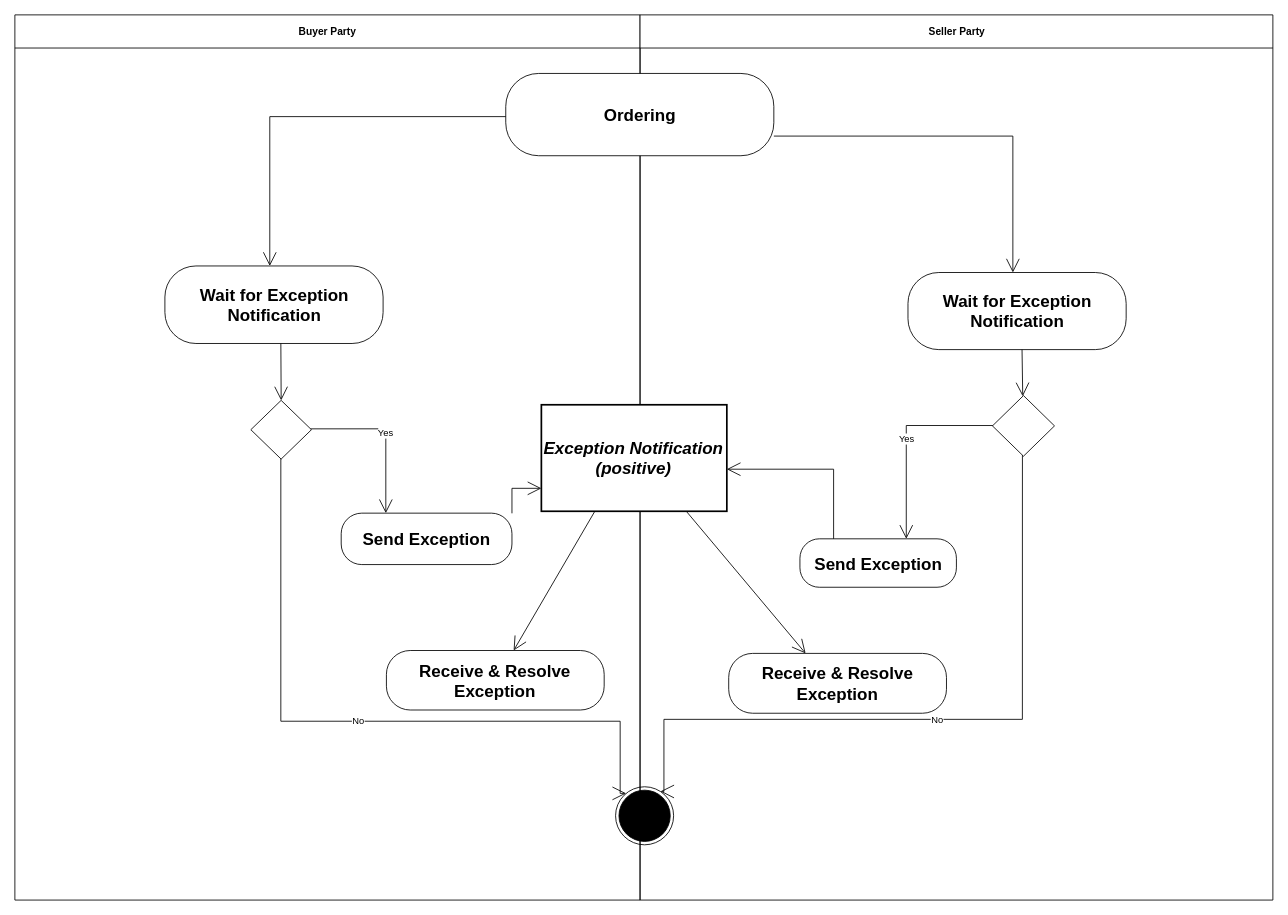
Before: diagrams/UBL-2.2-CPFR-ExceptionMonitor/UBL-2.2-CPFR-ExceptionMonitor.drawio in kduvekot/ubl-work-on-svg-images, a draw.io diagram. Source tidied: cells renumbered, new cells numbered last; positions are measured from the earlier drawing's top-left corner, leaving out a move shared by most shapes. Both pictures are drawn from the tidied source at 85%, with x=0, y=0 at pixel (14, 14).
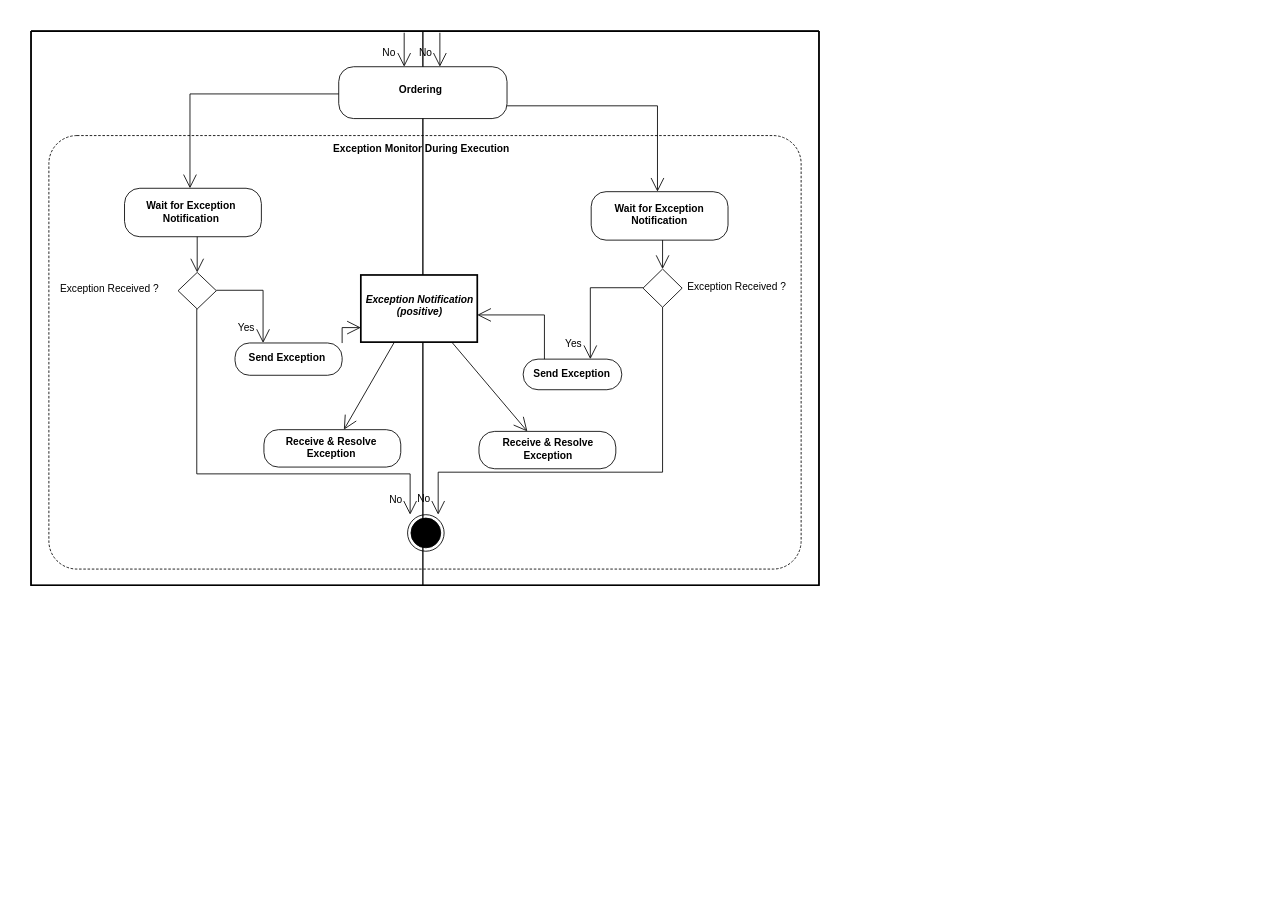
The same diagram, later.

Diff of the diagram source:
```diff
@@
+    <mxCell id="27" style="swimlane;html=1;startSize=0;whiteSpace=wrap;fillColor=none;strokeWidth=2;" parent="1" vertex="1">
+      <mxGeometry x="19" y="19" width="927" height="652" as="geometry" />
+    </mxCell>
+    <mxCell id="28" value="Exception Monitor During Execution" style="rounded=1;absoluteArcSize=1;arcSize=66;fillColor=none;dashed=1;dashPattern=3 2;html=1;whiteSpace=nowrap;fontSize=12;fontStyle=1;align=center;verticalAlign=top;spacing=0;spacingTop=4;spacingRight=9;" parent="27" vertex="1">
+      <mxGeometry x="21" y="123" width="885" height="510" as="geometry" />
+    </mxCell>
-    <mxCell id="2" value="Buyer Party" style="swimlane;whiteSpace=wrap;html=1;startSize=39;" parent="1" vertex="1">
-      <mxGeometry width="735.5" height="1041.4" as="geometry" />
+    <mxCell id="2" style="swimlane;horizontal=1;startSize=22;swimlaneLine=0;html=1;fillColor=none;fontSize=12;fontStyle=0;spacing=0;spacingRight=1;" parent="27" vertex="1">
+      <mxGeometry width="461" height="652" as="geometry" />
     </mxCell>
-    <mxCell id="3" value="Seller Party" style="swimlane;whiteSpace=wrap;html=1;startSize=39;" parent="1" vertex="1">
-      <mxGeometry x="735.5" width="744.5" height="1041.4" as="geometry" />
+    <mxCell id="3" style="swimlane;horizontal=1;startSize=22;swimlaneLine=0;html=1;fillColor=none;fontSize=12;fontStyle=0;spacing=0;spacingLeft=2;" parent="27" vertex="1">
+      <mxGeometry x="461" width="466" height="652" as="geometry" />
     </mxCell>
-    <mxCell id="4" value="Ordering" style="rounded=1;arcSize=40;whiteSpace=wrap;html=1;fontStyle=1;fontFamily=Helvetica;fontSize=20;" parent="1" vertex="1">
-      <mxGeometry x="577.5" y="68.9" width="315.4" height="96.8" as="geometry" />
+    <mxCell id="4" value="Ordering" style="rounded=1;absoluteArcSize=1;arcSize=35;html=1;whiteSpace=nowrap;fontSize=12;fontStyle=1;align=center;verticalAlign=middle;spacing=0;spacingRight=7;spacingBottom=7;" parent="3" vertex="1">
+      <mxGeometry x="-99" y="42" width="198" height="61" as="geometry" />
     </mxCell>
-    <mxCell id="5" value="Wait for Exception Notification" style="rounded=1;arcSize=40;whiteSpace=wrap;html=1;fontStyle=1;fontFamily=Helvetica;fontSize=20;" parent="1" vertex="1">
-      <mxGeometry x="176.5" y="295.4" width="256.7" height="91.2" as="geometry" />
+    <mxCell id="5" value="Wait for Exception&lt;br&gt;Notification" style="rounded=1;absoluteArcSize=1;arcSize=36;html=1;whiteSpace=nowrap;fontSize=12;fontStyle=1;align=center;verticalAlign=middle;spacing=0;spacingRight=5;spacingBottom=2;" parent="2" vertex="1">
+      <mxGeometry x="110" y="185" width="161" height="57" as="geometry" />
     </mxCell>
-    <mxCell id="6" value="Wait for Exception Notification" style="rounded=1;arcSize=40;whiteSpace=wrap;html=1;fontStyle=1;fontFamily=Helvetica;fontSize=20;" parent="1" vertex="1">
-      <mxGeometry x="1050.7" y="303.1" width="256.7" height="90.7" as="geometry" />
+    <mxCell id="6" value="Wait for Exception&lt;br&gt;Notification" style="rounded=1;absoluteArcSize=1;arcSize=35;html=1;whiteSpace=nowrap;fontSize=12;fontStyle=1;align=center;verticalAlign=middle;spacing=0;spacingRight=1;spacingBottom=4;" parent="3" vertex="1">
+      <mxGeometry x="198" y="189" width="161" height="57" as="geometry" />
     </mxCell>
-    <mxCell id="7" style="rhombus;whiteSpace=wrap;html=1;fontFamily=Helvetica;fontSize=20;" parent="1" vertex="1">
-      <mxGeometry x="1150.1" y="447.9" width="73" height="71.3" as="geometry" />
+    <mxCell id="7" value="Exception Received ?" style="rhombus;html=1;whiteSpace=nowrap;fontSize=12;fontStyle=0;align=center;verticalAlign=middle;spacing=0;spacingLeft=174;spacingBottom=4;" parent="3" vertex="1">
+      <mxGeometry x="259" y="280" width="46" height="45" as="geometry" />
     </mxCell>
-    <mxCell id="8" style="rhombus;whiteSpace=wrap;html=1;fontFamily=Helvetica;fontSize=20;" parent="1" vertex="1">
-      <mxGeometry x="277.6" y="453.5" width="71.3" height="69.1" as="geometry" />
+    <mxCell id="8" value="Exception Received ?" style="rhombus;html=1;whiteSpace=nowrap;fontSize=12;fontStyle=0;align=center;verticalAlign=middle;spacing=0;spacingRight=207;spacingBottom=3;" parent="2" vertex="1">
+      <mxGeometry x="173" y="284" width="45" height="43" as="geometry" />
     </mxCell>
-    <mxCell id="9" value="Exception Notification (positive)" style="rounded=0;whiteSpace=wrap;html=1;fontStyle=3;strokeWidth=2;fontFamily=Helvetica;fontSize=20;" parent="1" vertex="1">
-      <mxGeometry x="619.4" y="458.7" width="218.2" height="125.3" as="geometry" />
+    <mxCell id="9" value="Exception Notification&lt;br&gt;(positive)" style="rounded=0;html=1;whiteSpace=nowrap;fontSize=12;fontStyle=3;align=center;verticalAlign=middle;spacing=0;spacingLeft=1;spacingBottom=7;strokeWidth=2;" parent="3" vertex="1">
+      <mxGeometry x="-73" y="287" width="137" height="79" as="geometry" />
     </mxCell>
-    <mxCell id="10" value="Send Exception" style="rounded=1;arcSize=40;whiteSpace=wrap;html=1;fontStyle=1;fontFamily=Helvetica;fontSize=20;" parent="1" vertex="1">
-      <mxGeometry x="383.9" y="586.2" width="200.9" height="60.5" as="geometry" />
+    <mxCell id="10" value="Send Exception" style="rounded=1;absoluteArcSize=1;arcSize=34;html=1;whiteSpace=nowrap;fontSize=12;fontStyle=1;align=center;verticalAlign=middle;spacing=0;spacingRight=4;spacingBottom=2;" parent="2" vertex="1">
+      <mxGeometry x="240" y="367" width="126" height="38" as="geometry" />
     </mxCell>
-    <mxCell id="11" value="Send Exception" style="rounded=1;arcSize=40;whiteSpace=wrap;html=1;fontStyle=1;fontFamily=Helvetica;fontSize=20;" parent="1" vertex="1">
-      <mxGeometry x="923.6" y="616.4" width="184.1" height="57" as="geometry" />
+    <mxCell id="11" value="Send Exception" style="rounded=1;absoluteArcSize=1;arcSize=35;html=1;whiteSpace=nowrap;fontSize=12;fontStyle=1;align=center;verticalAlign=middle;spacing=0;spacingRight=3;spacingBottom=2;" parent="3" vertex="1">
+      <mxGeometry x="118" y="386" width="116" height="36" as="geometry" />
     </mxCell>
-    <mxCell id="12" value="Receive &amp; Resolve Exception" style="rounded=1;arcSize=40;whiteSpace=wrap;html=1;fontStyle=1;fontFamily=Helvetica;fontSize=20;" parent="1" vertex="1">
-      <mxGeometry x="437.1" y="747.8" width="256.2" height="70" as="geometry" />
+    <mxCell id="12" value="Receive &amp;amp; Resolve&lt;br&gt;Exception" style="rounded=1;absoluteArcSize=1;arcSize=34;html=1;whiteSpace=nowrap;fontSize=12;fontStyle=1;align=center;verticalAlign=middle;spacing=0;spacingRight=4;spacingBottom=2;" parent="2" vertex="1">
+      <mxGeometry x="274" y="469" width="161" height="44" as="geometry" />
     </mxCell>
-    <mxCell id="13" value="Receive &amp; Resolve Exception" style="rounded=1;arcSize=40;whiteSpace=wrap;html=1;fontStyle=1;fontFamily=Helvetica;fontSize=20;" parent="1" vertex="1">
-      <mxGeometry x="839.8" y="751.2" width="256.2" height="70.4" as="geometry" />
+    <mxCell id="13" value="Receive &amp;amp; Resolve&lt;br&gt;Exception" style="rounded=1;absoluteArcSize=1;arcSize=37;html=1;whiteSpace=nowrap;fontSize=12;fontStyle=1;align=center;verticalAlign=middle;spacing=0;spacingLeft=1;spacingBottom=2;" parent="3" vertex="1">
+      <mxGeometry x="66" y="471" width="161" height="44" as="geometry" />
     </mxCell>
-    <mxCell id="14" style="ellipse;html=1;shape=endState;fillColor=#000000;strokeColor=#000000;fontFamily=Helvetica;fontSize=20;" parent="1" vertex="1">
-      <mxGeometry x="706.7" y="908.1" width="68.3" height="68.3" as="geometry" />
+    <mxCell id="14" style="ellipse;shape=endState;fillColor=#000000;html=1;" parent="3" vertex="1">
+      <mxGeometry x="-18" y="569" width="43" height="43" as="geometry" />
     </mxCell>
-    <mxCell id="15" style="edgeStyle=orthogonalEdgeStyle;rounded=0;html=1;endArrow=open;endFill=0;endSize=14;exitX=0.0;exitY=0.5248;entryX=0.4807;entryY=0.0;" parent="1" edge="1" source="4" target="5">
+    <mxCell id="15" style="edgeStyle=orthogonalEdgeStyle;rounded=0;html=1;endArrow=open;endFill=0;endSize=14;exitPerimeter=0;entryPerimeter=0;exitX=0;exitY=0.52459;entryX=0.478261;entryY=0;" parent="27" edge="1" source="4" target="5">
       <mxGeometry relative="1" as="geometry">
         <Array as="points">
-          <mxPoint x="299.9" y="119.7" />
+          <mxPoint x="187" y="74" />
         </Array>
       </mxGeometry>
     </mxCell>
-    <mxCell id="16" style="edgeStyle=orthogonalEdgeStyle;rounded=0;html=1;endArrow=open;endFill=0;endSize=14;exitX=1.0;exitY=0.7614;entryX=0.4807;entryY=0.0;" parent="1" edge="1" source="4" target="6">
+    <mxCell id="16" style="edgeStyle=orthogonalEdgeStyle;rounded=0;html=1;endArrow=open;endFill=0;endSize=14;exitPerimeter=0;entryPerimeter=0;exitX=1;exitY=0.754098;entryX=0.484472;entryY=0;" parent="3" edge="1" source="4" target="6">
       <mxGeometry relative="1" as="geometry">
         <Array as="points">
-          <mxPoint x="1174.1" y="142.6" />
+          <mxPoint x="276" y="88" />
         </Array>
       </mxGeometry>
     </mxCell>
-    <mxCell id="17" style="edgeStyle=none;rounded=0;html=1;endArrow=open;endFill=0;endSize=14;exitX=0.5314;exitY=1.0;entryX=0.5007;entryY=0.0;" parent="1" edge="1" source="5" target="8">
+    <mxCell id="17" style="edgeStyle=none;rounded=0;html=1;endArrow=open;endFill=0;endSize=14;exitPerimeter=0;entryX=0.5;entryY=0;entryPerimeter=0;exitX=0.531056;exitY=1;" parent="2" edge="1" source="5" target="8">
       <mxGeometry relative="1" as="geometry" />
     </mxCell>
-    <mxCell id="18" style="edgeStyle=none;rounded=0;html=1;endArrow=open;endFill=0;endSize=14;exitX=0.5228;exitY=1.0;entryX=0.4877;entryY=0.0;" parent="1" edge="1" source="6" target="7">
+    <mxCell id="18" style="edgeStyle=none;rounded=0;html=1;endArrow=open;endFill=0;endSize=14;exitPerimeter=0;entryX=0.5;entryY=0;entryPerimeter=0;exitX=0.521739;exitY=1;" parent="3" edge="1" source="6" target="7">
       <mxGeometry relative="1" as="geometry" />
     </mxCell>
-    <mxCell id="19" value="Yes" style="edgeStyle=orthogonalEdgeStyle;rounded=0;html=1;endArrow=open;endFill=0;endSize=14;exitX=0.0;exitY=0.4937;entryX=0.6795;entryY=0.0;" parent="1" edge="1" source="7" target="11">
-      <mxGeometry relative="1" as="geometry">
+    <mxCell id="19" value="Yes" style="edgeStyle=orthogonalEdgeStyle;rounded=0;html=1;endArrow=open;endFill=0;endSize=14;exitPerimeter=0;entryPerimeter=0;fontSize=12;fontStyle=0;align=center;verticalAlign=middle;labelBackgroundColor=none;exitX=0;exitY=0.488889;entryX=0.681034;entryY=0;" parent="3" edge="1" source="7" target="11">
+      <mxGeometry x="0.76" relative="1" as="geometry">
         <Array as="points">
-          <mxPoint x="1048.7" y="483.1" />
+          <mxPoint x="197" y="302" />
         </Array>
+        <mxPoint x="-20" as="offset" />
       </mxGeometry>
     </mxCell>
-    <mxCell id="20" value="Yes" style="edgeStyle=orthogonalEdgeStyle;rounded=0;html=1;endArrow=open;endFill=0;endSize=14;exitX=1.0;exitY=0.4848;entryX=0.2613;entryY=0.0;" parent="1" edge="1" source="8" target="10">
-      <mxGeometry relative="1" as="geometry">
+    <mxCell id="20" value="Yes" style="edgeStyle=orthogonalEdgeStyle;rounded=0;html=1;endArrow=open;endFill=0;endSize=14;exitPerimeter=0;entryPerimeter=0;fontSize=12;fontStyle=0;align=center;verticalAlign=middle;labelBackgroundColor=none;exitX=1;exitY=0.488372;entryX=0.261905;entryY=0;" parent="2" edge="1" source="8" target="10">
+      <mxGeometry x="0.7" relative="1" as="geometry">
         <Array as="points">
-          <mxPoint x="436.4" y="487" />
+          <mxPoint x="273" y="305" />
         </Array>
+        <mxPoint x="-20" as="offset" />
       </mxGeometry>
     </mxCell>
-    <mxCell id="21" style="edgeStyle=orthogonalEdgeStyle;rounded=0;html=1;endArrow=open;endFill=0;endSize=14;exitX=0.2151;exitY=0.0;entryX=1.0;entryY=0.6049;" parent="1" edge="1" source="11" target="9">
+    <mxCell id="21" style="edgeStyle=orthogonalEdgeStyle;rounded=0;html=1;endArrow=open;endFill=0;endSize=14;exitPerimeter=0;entryPerimeter=0;exitX=0.215517;exitY=0;entryX=1;entryY=0.594937;" parent="3" edge="1" source="11" target="9">
       <mxGeometry relative="1" as="geometry">
         <Array as="points">
-          <mxPoint x="963.2" y="534.5" />
+          <mxPoint x="143" y="334" />
         </Array>
       </mxGeometry>
     </mxCell>
-    <mxCell id="22" value="No" style="edgeStyle=orthogonalEdgeStyle;rounded=0;html=1;endArrow=open;endFill=0;endSize=14;exitX=0.4822;exitY=1.0;entryX=0.8331;entryY=0.0;" parent="1" edge="1" source="7" target="14">
-      <mxGeometry relative="1" as="geometry">
+    <mxCell id="22" value="No" style="edgeStyle=orthogonalEdgeStyle;rounded=0;html=1;endArrow=open;endFill=0;endSize=14;exitPerimeter=0;entryPerimeter=0;fontSize=12;fontStyle=0;align=center;verticalAlign=middle;labelBackgroundColor=none;exitX=0.5;exitY=1;entryX=0.837209;entryY=0;" parent="3" edge="1" source="7" target="14">
+      <mxGeometry x="0.93" relative="1" as="geometry">
         <Array as="points">
-          <mxPoint x="1185.3" y="828.8" />
-          <mxPoint x="763.6" y="828.8" />
+          <mxPoint x="282" y="519" />
+          <mxPoint x="18" y="519" />
         </Array>
+        <mxPoint x="-17" as="offset" />
       </mxGeometry>
     </mxCell>
-    <mxCell id="23" value="No" style="edgeStyle=orthogonalEdgeStyle;rounded=0;html=1;endArrow=open;endFill=0;endSize=14;exitX=0.4951;exitY=1.0;entryX=0.0791;entryY=0.0;" parent="1" edge="1" source="8" target="14">
-      <mxGeometry relative="1" as="geometry">
+    <mxCell id="23" value="No" style="edgeStyle=orthogonalEdgeStyle;rounded=0;html=1;endArrow=open;endFill=0;endSize=14;exitPerimeter=0;entryPerimeter=0;fontSize=12;fontStyle=0;align=center;verticalAlign=middle;labelBackgroundColor=none;exitX=0.488889;exitY=1;entryX=0.069767;entryY=0;" parent="27" edge="1" source="8" target="14">
+      <mxGeometry x="0.93" relative="1" as="geometry">
         <Array as="points">
-          <mxPoint x="312.9" y="831" />
-          <mxPoint x="712.1" y="831" />
+          <mxPoint x="195" y="521" />
+          <mxPoint x="446" y="521" />
         </Array>
+        <mxPoint x="-17" as="offset" />
       </mxGeometry>
     </mxCell>
-    <mxCell id="24" style="edgeStyle=orthogonalEdgeStyle;rounded=0;html=1;endArrow=open;endFill=0;endSize=14;exitX=1.0;exitY=0.0033;entryX=0.0;entryY=0.7845;" parent="1" edge="1" source="10" target="9">
+    <mxCell id="24" style="edgeStyle=orthogonalEdgeStyle;rounded=0;html=1;endArrow=open;endFill=0;endSize=14;exitX=1;exitY=0.0026;exitPerimeter=0;entryX=0;entryY=0.784;entryPerimeter=0;" parent="27" edge="1" source="10" target="9">
       <mxGeometry relative="1" as="geometry" />
     </mxCell>
-    <mxCell id="25" style="edgeStyle=none;rounded=0;html=1;endArrow=open;endFill=0;endSize=14;exitX=0.2883;exitY=1.0;entryX=0.5843;entryY=0.0;" parent="1" edge="1" source="9" target="12">
+    <mxCell id="25" style="edgeStyle=none;rounded=0;html=1;endArrow=open;endFill=0;endSize=14;exitX=0.2881;exitY=1;exitPerimeter=0;entryX=0.5845;entryY=0;entryPerimeter=0;" parent="27" edge="1" source="9" target="12">
       <mxGeometry relative="1" as="geometry" />
     </mxCell>
-    <mxCell id="26" style="edgeStyle=none;rounded=0;html=1;endArrow=open;endFill=0;endSize=14;exitX=0.7814;exitY=1.0;entryX=0.3532;entryY=0.0;" parent="1" edge="1" source="9" target="13">
+    <mxCell id="26" style="edgeStyle=none;rounded=0;html=1;endArrow=open;endFill=0;endSize=14;exitX=0.7812;exitY=1;exitPerimeter=0;entryX=0.3534;entryY=0;entryPerimeter=0;" parent="3" edge="1" source="9" target="13">
       <mxGeometry relative="1" as="geometry" />
     </mxCell>
+    <mxCell id="29" value="No" style="edgeStyle=none;rounded=0;html=1;endArrow=open;endFill=0;endSize=14;fontSize=12;fontStyle=0;align=center;verticalAlign=middle;labelBackgroundColor=none;entryPerimeter=0;entryX=0.388889;entryY=0;" parent="3" edge="1" target="4">
+      <mxGeometry x="0.21" relative="1" as="geometry">
+        <mxPoint x="-22" y="2" as="sourcePoint" />
+        <mxPoint x="-18" as="offset" />
+      </mxGeometry>
+    </mxCell>
+    <mxCell id="30" value="No" style="edgeStyle=none;rounded=0;html=1;endArrow=open;endFill=0;endSize=14;fontSize=12;fontStyle=0;align=center;verticalAlign=middle;labelBackgroundColor=none;entryPerimeter=0;entryX=0.60101;entryY=0;" parent="3" edge="1" target="4">
+      <mxGeometry x="0.26" relative="1" as="geometry">
+        <mxPoint x="20" y="2" as="sourcePoint" />
+        <mxPoint x="-17" y="-1" as="offset" />
+      </mxGeometry>
+    </mxCell>
```
